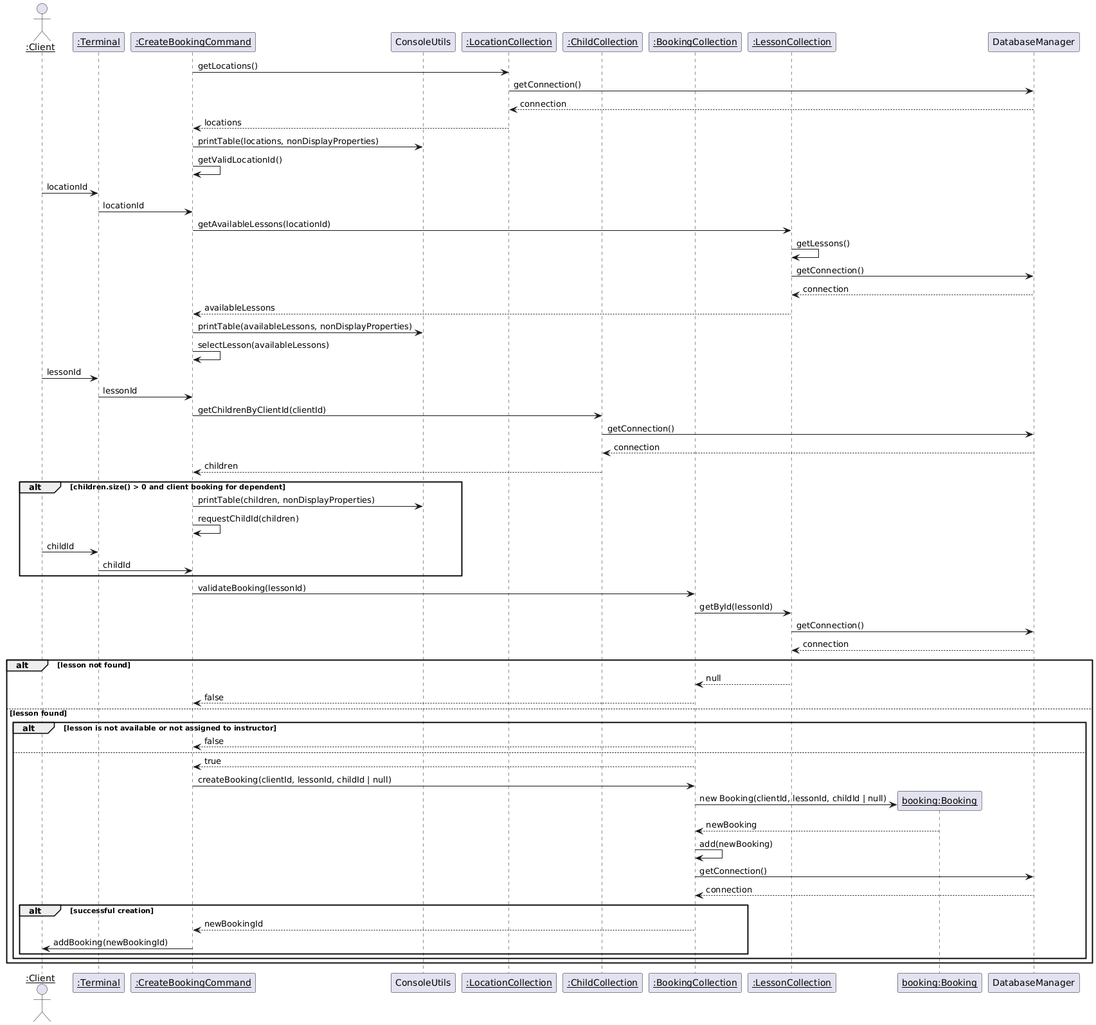
Above: iterationDeliverables/iteration-2/InteractionDiagrams/Images/Client-CreateBooking.png in Niravanaa/Alouer-SOEN342 (PlantUML), before the change.
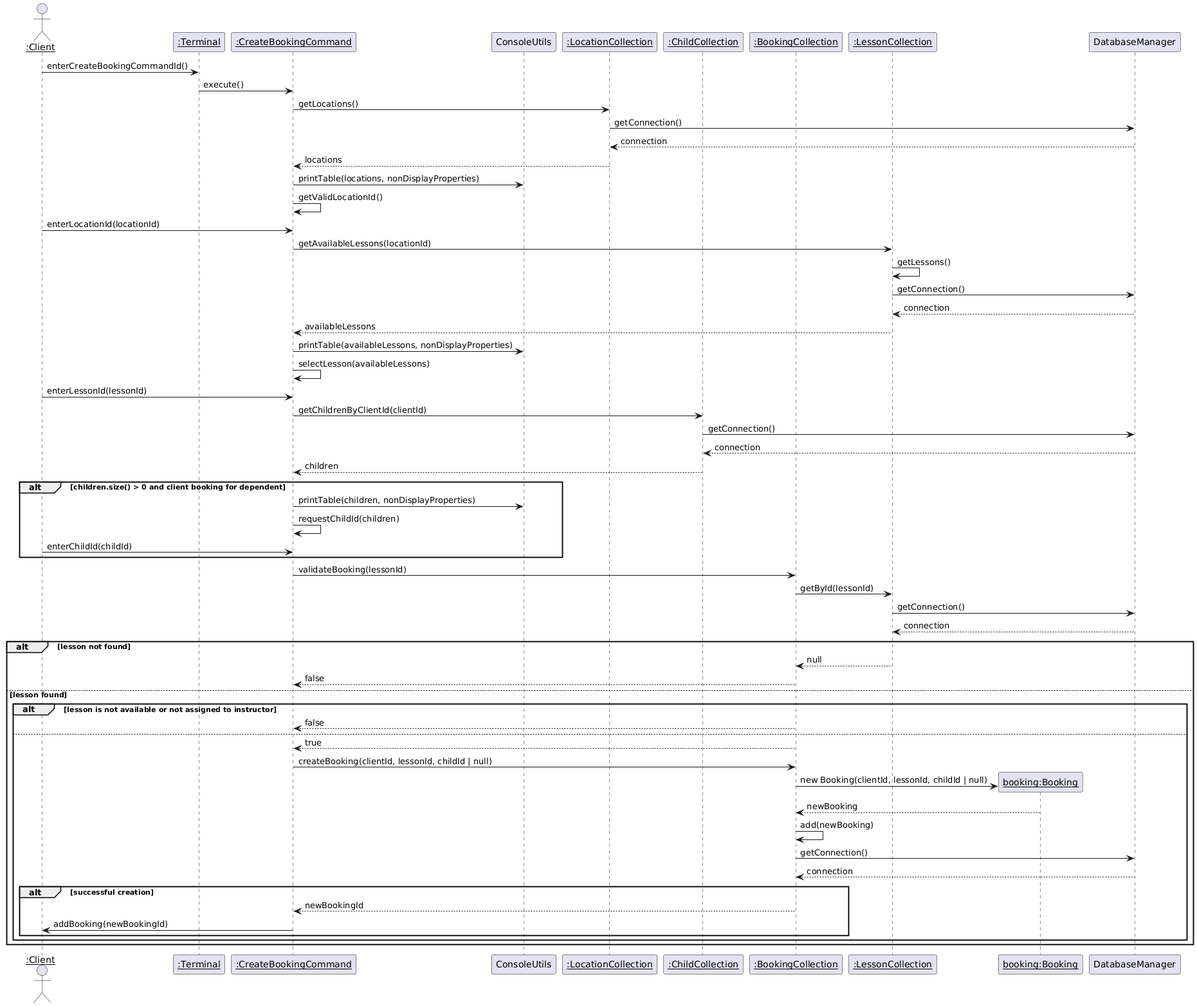
Above is the later version.

Diff of the diagram source:
```diff
@@ -10,14 +10,15 @@
 participant "<u>booking:Booking" as bookingObj
 participant "DatabaseManager" as databaseManager
 
+client -> terminal : enterCreateBookingCommandId()
+terminal -> command : execute()
 command -> locationCollection : getLocations()
 locationCollection -> databaseManager : getConnection()
 databaseManager --> locationCollection : connection
 locationCollection --> command : locations
 command -> consoleUtils : printTable(locations, nonDisplayProperties)
 command -> command : getValidLocationId()
-client -> terminal : locationId
-terminal -> command : locationId
+client -> command : enterLocationId(locationId)
 command -> lessonCollection : getAvailableLessons(locationId)
 lessonCollection -> lessonCollection : getLessons()
 lessonCollection -> databaseManager : getConnection()
@@ -25,8 +26,7 @@
 lessonCollection --> command : availableLessons
 command -> consoleUtils : printTable(availableLessons, nonDisplayProperties)
 command -> command : selectLesson(availableLessons)
-client -> terminal : lessonId
-terminal -> command : lessonId
+client -> command : enterLessonId(lessonId)
 command -> childCollection : getChildrenByClientId(clientId)
 childCollection -> databaseManager : getConnection()
 databaseManager --> childCollection : connection
@@ -34,8 +34,7 @@
 alt children.size() > 0 and client booking for dependent
     command -> consoleUtils : printTable(children, nonDisplayProperties)
     command -> command : requestChildId(children)
-    client -> terminal : childId
-    terminal -> command : childId
+    client -> command : enterChildId(childId)
 end
 command -> bookingCollection : validateBooking(lessonId)
 bookingCollection -> lessonCollection : getById(lessonId)
```
